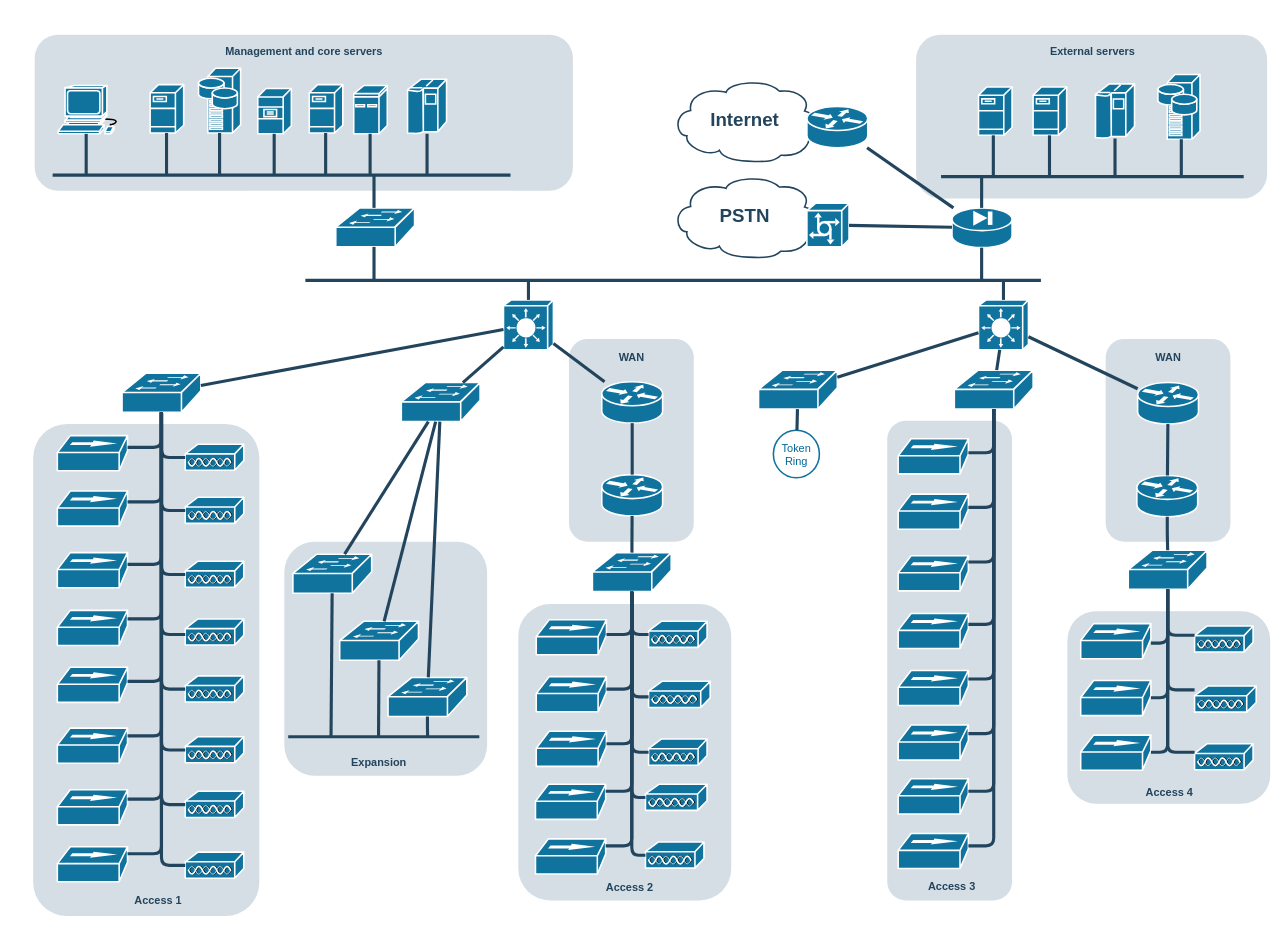
This is Диаграмма без названия.drawio from kevgenius/diagrams, a draw.io file, before an edit. Source tidied: cells renumbered, new cells numbered last; positions are measured from the earlier drawing's top-left corner, leaving out a move shared by most shapes. Both pictures are drawn from the tidied source at 78%, with x=0, y=0 at pixel (33, 34).
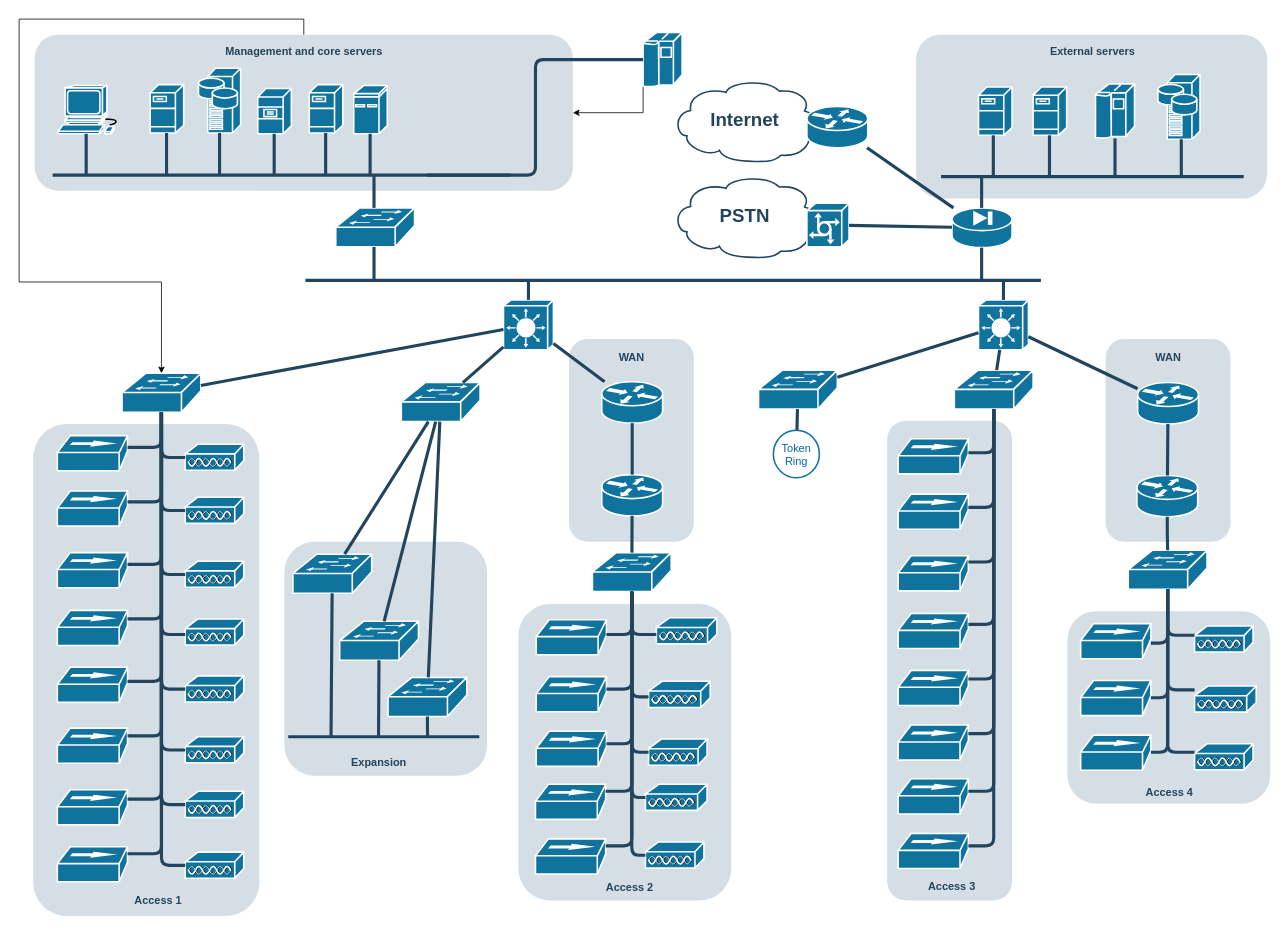
The same page after the edit.

The change refers to these unchanged cells:
```xml
<mxCell id="11" style="rounded=1;whiteSpace=wrap;html=1;strokeColor=none;fillColor=#BAC8D3;fontSize=24;fontColor=#23445D;align=center;opacity=60;" parent="1" vertex="1">
  <mxGeometry x="2" width="690" height="200" as="geometry" />
</mxCell>
<mxCell id="30" style="shape=mxgraph.cisco.switches.workgroup_switch;html=1;dashed=0;fillColor=#10739E;strokeColor=#ffffff;strokeWidth=2;verticalLabelPosition=bottom;verticalAlign=top;fontFamily=Helvetica;fontSize=36;fontColor=#FFB366;" parent="1" vertex="1">
  <mxGeometry x="114" y="434" width="101" height="50" as="geometry" />
</mxCell>
```

Change to the diagram source:
```diff
@@
+    <mxCell id="174" style="edgeStyle=orthogonalEdgeStyle;rounded=0;jettySize=auto;html=1;exitX=0;exitY=0.985;exitDx=0;exitDy=0;exitPerimeter=0;" parent="1" edge="1" source="18" target="11">
+      <mxGeometry relative="1" as="geometry" />
+    </mxCell>
     <mxCell id="18" style="shape=mxgraph.cisco.computers_and_peripherals.ibm_mainframe;html=1;dashed=0;fillColor=#10739E;strokeColor=#ffffff;strokeWidth=2;verticalLabelPosition=bottom;verticalAlign=top;fontFamily=Helvetica;fontSize=36;fontColor=#FFB366;" parent="1" vertex="1">
-      <mxGeometry x="480" y="57" width="50" height="70" as="geometry" />
+      <mxGeometry x="782" y="-3" width="50" height="70" as="geometry" />
     </mxCell>
@@
     <mxCell id="67" style="shape=mxgraph.cisco.misc.access_point;html=1;dashed=0;fillColor=#10739E;strokeColor=#ffffff;strokeWidth=2;verticalLabelPosition=bottom;verticalAlign=top;fontFamily=Helvetica;fontSize=36;fontColor=#FFB366;" parent="1" vertex="1">
-      <mxGeometry x="789" y="752" width="75" height="34" as="geometry" />
+      <mxGeometry x="799" y="747.5" width="77.5" height="34" as="geometry" />
     </mxCell>
@@
+    <mxCell id="175" style="edgeStyle=orthogonalEdgeStyle;rounded=0;jettySize=auto;html=1;exitX=0.5;exitY=0;exitDx=0;exitDy=0;entryX=0.5;entryY=0;entryDx=0;entryDy=0;entryPerimeter=0;" parent="1" edge="1" source="11" target="30">
+      <mxGeometry relative="1" as="geometry" />
+    </mxCell>
```
